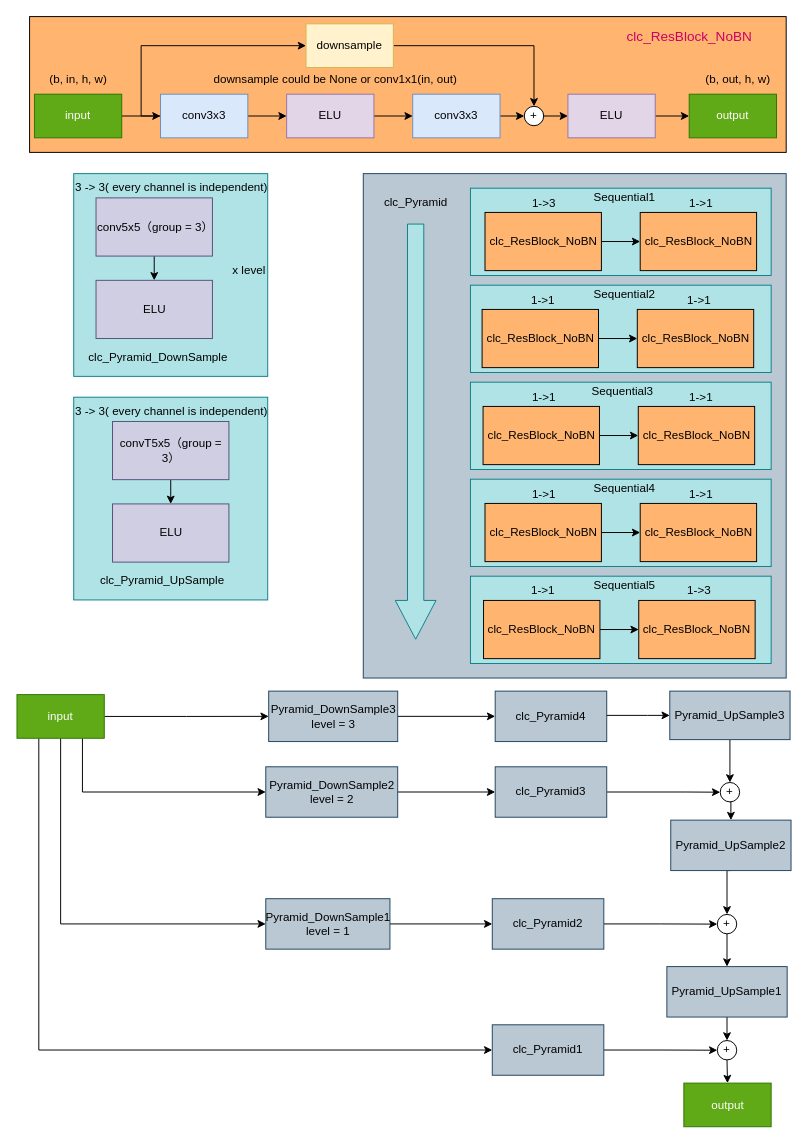
Above: PyrResNet.drawio in FangYang970206/draw.io (draw.io), before the change. Source tidied: cells renumbered, new cells numbered last; positions are measured from the earlier drawing's top-left corner, leaving out a move shared by most shapes. Both pictures are drawn from the tidied source at 97%, with x=0, y=0 at pixel (16, 16).
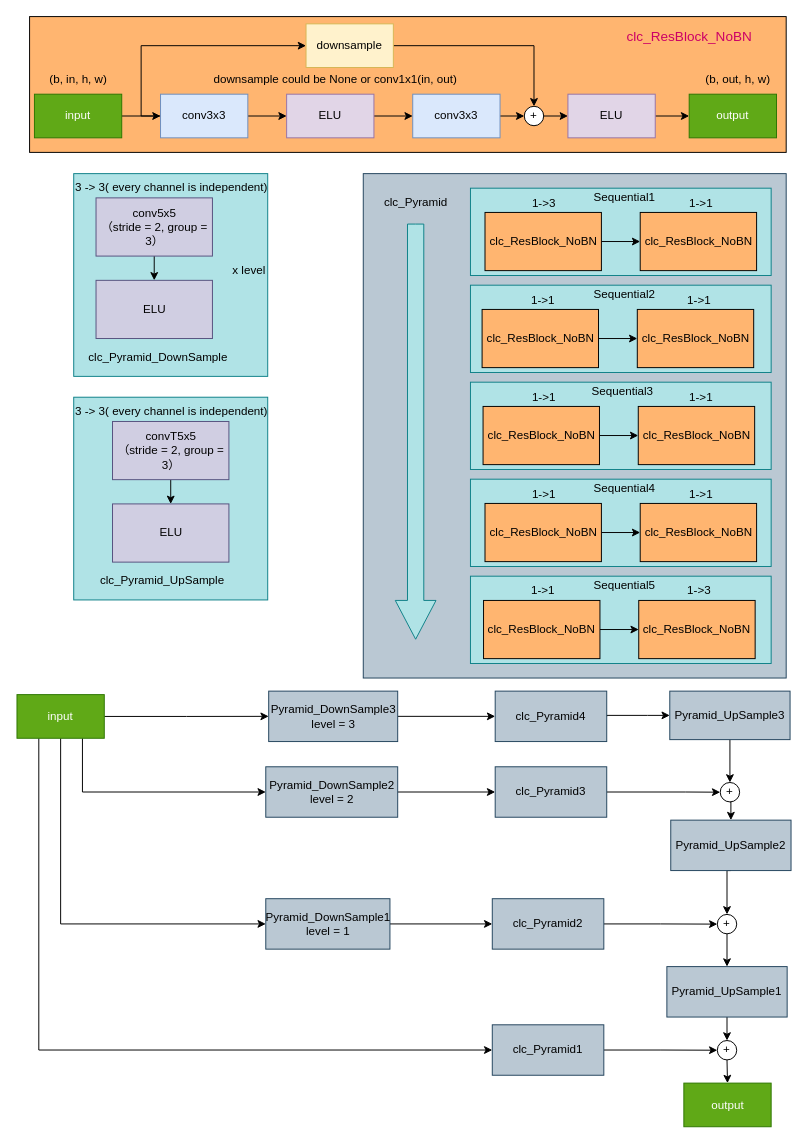
After the change.

Diff of the diagram source:
```diff
@@
-    <mxCell id="71" value="conv5x5（group = 3）" style="rounded=0;whiteSpace=wrap;html=1;fillColor=#d0cee2;strokeColor=#56517e;" parent="1" vertex="1">
+    <mxCell id="71" value="conv5x5&lt;br&gt;（stride = 2, group = 3）" style="rounded=0;whiteSpace=wrap;html=1;fillColor=#d0cee2;strokeColor=#56517e;" parent="1" vertex="1">
       <mxGeometry x="81.5" y="186.5" width="120" height="60" as="geometry" />
     </mxCell>
@@
-    <mxCell id="78" value="convT5x5（group = 3）" style="rounded=0;whiteSpace=wrap;html=1;fillColor=#d0cee2;strokeColor=#56517e;" parent="1" vertex="1">
+    <mxCell id="78" value="convT5x5&lt;br&gt;（stride = 2, group = 3）" style="rounded=0;whiteSpace=wrap;html=1;fillColor=#d0cee2;strokeColor=#56517e;" parent="1" vertex="1">
       <mxGeometry x="98.5" y="417" width="120" height="60" as="geometry" />
     </mxCell>
```
